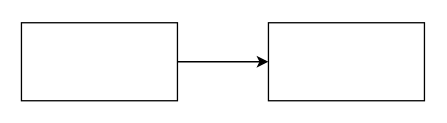
cubic759/drawiofiles keeps this draw.io diagram as 未命名绘图.drawio. Above is the earlier version. Source tidied: cells renumbered, new cells numbered last; positions are measured from the earlier drawing's top-left corner, leaving out a move shared by most shapes. Both pictures are drawn from the tidied source at 130%, with x=0, y=0 at pixel (21, 22).
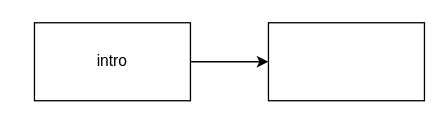
The same page after the edit.

Commit message (it also covers changes not shown here):
更新未命名绘图.drawio

The edit, as a diff of the source:
```diff
@@
 <mxGraphModel>
   <root>
     <mxCell id="0" />
     <mxCell id="1" parent="0" />
-    <mxCell id="2" style="rounded=0;whiteSpace=wrap;html=1;" parent="1" vertex="1">
-      <mxGeometry width="120" height="60" as="geometry" />
+    <mxCell id="2" value="intro" style="rounded=0;whiteSpace=wrap;html=1;" parent="1" vertex="1">
+      <mxGeometry x="10" width="120" height="60" as="geometry" />
     </mxCell>
     <mxCell id="3" style="endArrow=classic;html=1;rounded=0;exitX=1;exitY=0.5;exitDx=0;exitDy=0;" parent="1" edge="1" source="2">
       <mxGeometry relative="1" as="geometry">
         <mxPoint x="190" y="30" as="targetPoint" />
       </mxGeometry>
     </mxCell>
     <mxCell id="4" style="rounded=0;whiteSpace=wrap;html=1;" parent="1" vertex="1">
       <mxGeometry x="190" width="120" height="60" as="geometry" />
     </mxCell>
   </root>
 </mxGraphModel>
```
